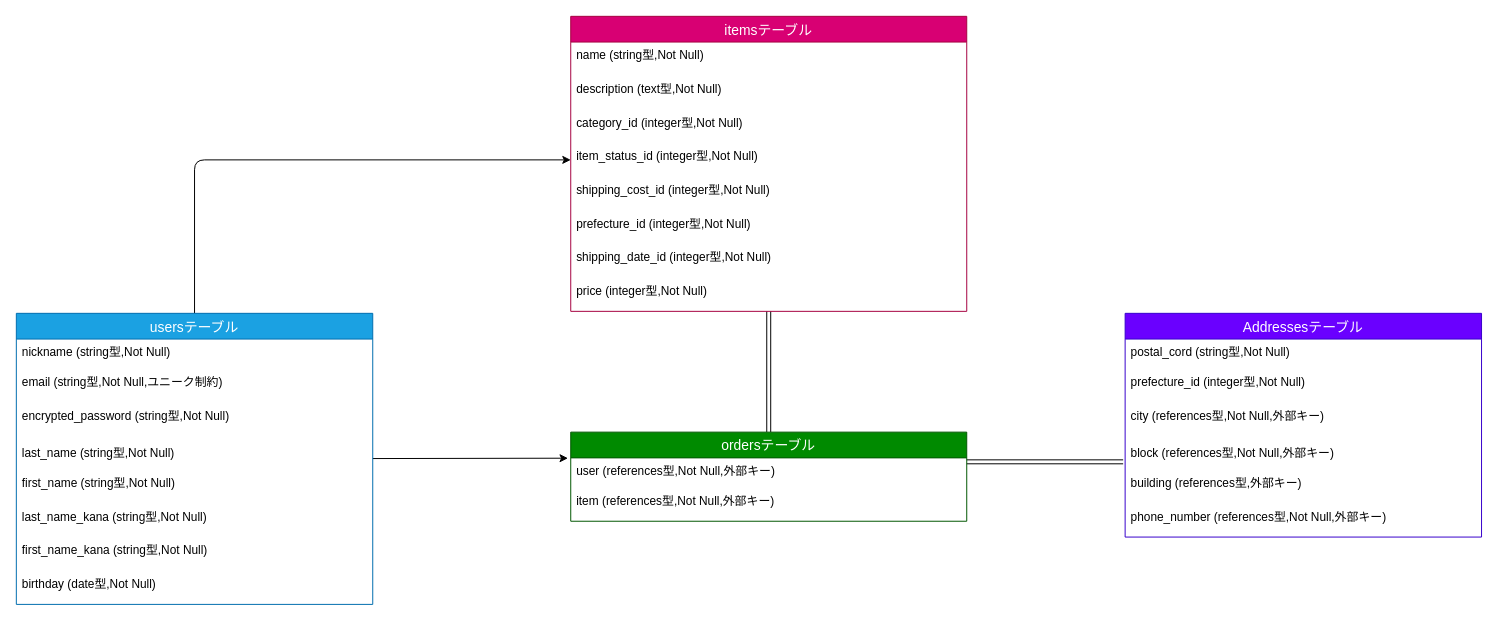
Earlier version of the draw.io diagram test.dio (drgnbebel/furima-38788). Source tidied: cells renumbered, new cells numbered last; positions are measured from the earlier drawing's top-left corner, leaving out a move shared by most shapes. Both pictures are drawn from the tidied source at 99%, with x=0, y=0 at pixel (16, 16).
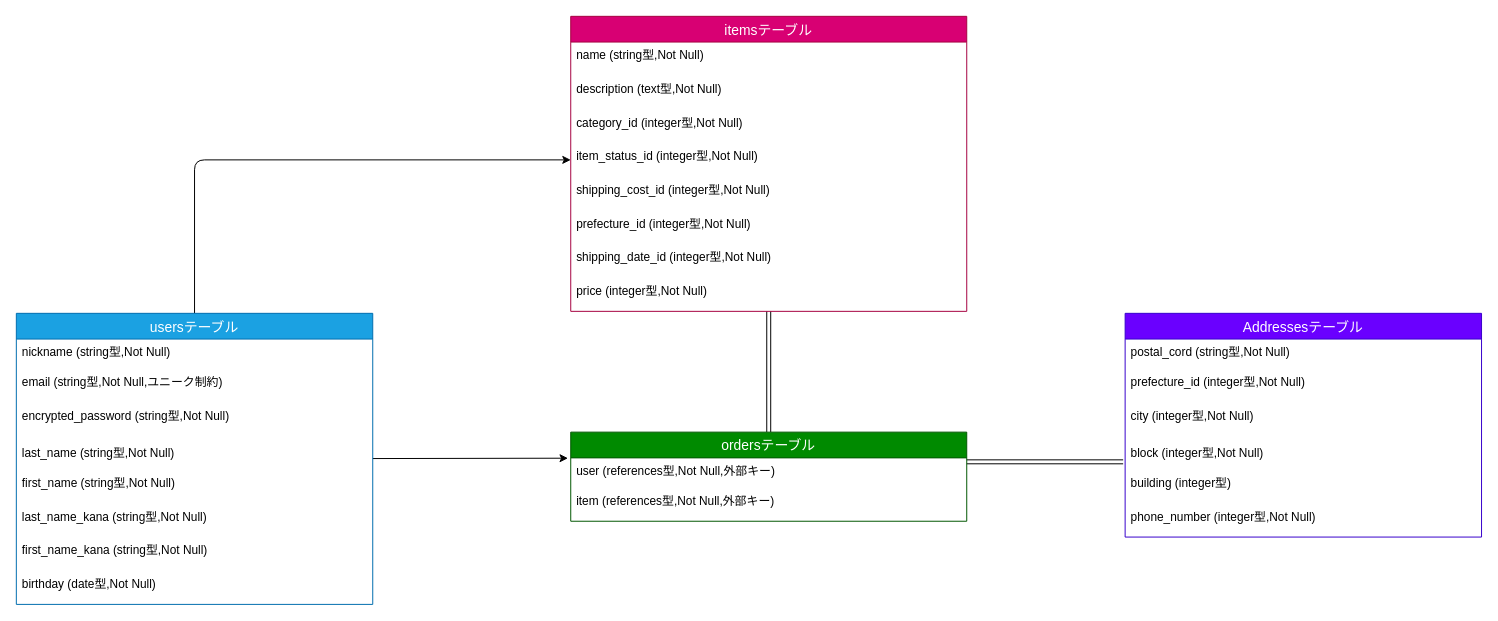
The same diagram, later.

Unchanged cells that the change refers to:
```xml
<mxCell id="25" value="Addressesテーブル" style="swimlane;fontStyle=0;horizontal=1;startSize=26;align=center;fontSize=14;rounded=0;shadow=0;sketch=0;glass=0;fillColor=#6a00ff;strokeColor=#3700CC;fontColor=#ffffff;" parent="1" vertex="1">
  <mxGeometry x="1120" y="300" width="360" height="226" as="geometry" />
</mxCell>
```

What changed in the source:
```diff
@@
-    <mxCell id="28" value="city (references型,Not Null,外部キー)" style="text;strokeColor=none;fillColor=none;spacingLeft=4;spacingRight=4;overflow=hidden;fontSize=12;fontColor=#000000;" parent="25" vertex="1">
+    <mxCell id="28" value="city (integer型,Not Null)" style="text;strokeColor=none;fillColor=none;spacingLeft=4;spacingRight=4;overflow=hidden;fontSize=12;fontColor=#000000;" parent="25" vertex="1">
       <mxGeometry y="90" width="360" height="34" as="geometry" />
     </mxCell>
-    <mxCell id="29" value="block (references型,Not Null,外部キー)" style="text;strokeColor=none;fillColor=none;spacingLeft=4;spacingRight=4;overflow=hidden;fontSize=12;labelPosition=center;verticalLabelPosition=middle;align=left;verticalAlign=middle;fontColor=#000000;" parent="25" vertex="1">
+    <mxCell id="29" value="block (integer型,Not Null)" style="text;strokeColor=none;fillColor=none;spacingLeft=4;spacingRight=4;overflow=hidden;fontSize=12;labelPosition=center;verticalLabelPosition=middle;align=left;verticalAlign=middle;fontColor=#000000;" parent="25" vertex="1">
       <mxGeometry y="124" width="360" height="34" as="geometry" />
     </mxCell>
-    <mxCell id="30" value="building (references型,外部キー)" style="text;strokeColor=none;fillColor=none;spacingLeft=4;spacingRight=4;overflow=hidden;fontSize=12;fontColor=#000000;" parent="25" vertex="1">
+    <mxCell id="30" value="building (integer型)" style="text;strokeColor=none;fillColor=none;spacingLeft=4;spacingRight=4;overflow=hidden;fontSize=12;fontColor=#000000;" parent="25" vertex="1">
       <mxGeometry y="158" width="360" height="34" as="geometry" />
     </mxCell>
-    <mxCell id="31" value="phone_number (references型,Not Null,外部キー)&#10; " style="text;strokeColor=none;fillColor=none;spacingLeft=4;spacingRight=4;overflow=hidden;fontSize=12;fontColor=#000000;" parent="25" vertex="1">
+    <mxCell id="31" value="phone_number (integer型,Not Null)" style="text;strokeColor=none;fillColor=none;spacingLeft=4;spacingRight=4;overflow=hidden;fontSize=12;fontColor=#000000;" parent="25" vertex="1">
       <mxGeometry y="192" width="360" height="34" as="geometry" />
     </mxCell>
```
